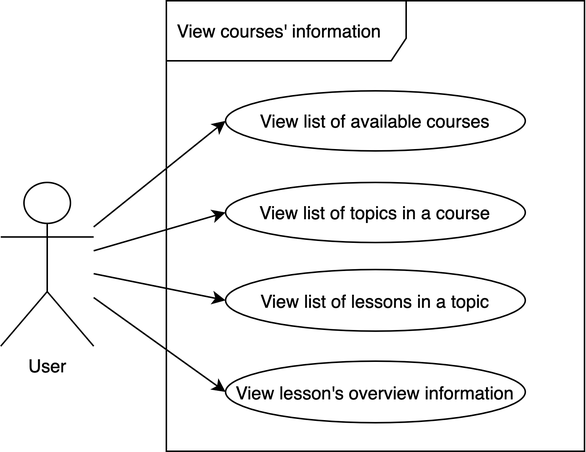
This is diagram-Usecase: View courses' information.png from linhabc/Learning_viet, a draw.io export, as it was before one commit. Source tidied: cells renumbered, new cells last; positions are measured from the earlier drawing's top-left corner, leaving out a move shared by most shapes. The source it was exported from:
```xml
<mxGraphModel>
  <root>
    <mxCell id="0" />
    <mxCell id="1" parent="0" />
    <mxCell id="2" value="View courses' information" style="shape=umlFrame;whiteSpace=wrap;html=1;width=160;height=40;boundedLbl=1;verticalAlign=middle;align=left;spacingLeft=5;" parent="1" vertex="1">
      <mxGeometry x="110.5" width="279" height="300" as="geometry" />
    </mxCell>
    <mxCell id="3" style="edgeStyle=none;rounded=0;sketch=0;jettySize=auto;html=1;entryX=0;entryY=0.5;entryDx=0;entryDy=0;shadow=0;endArrow=classic;endFill=1;" parent="1" edge="1" source="6" target="7">
      <mxGeometry relative="1" as="geometry" />
    </mxCell>
    <mxCell id="4" style="edgeStyle=none;rounded=0;sketch=0;jettySize=auto;html=1;entryX=0;entryY=0.5;entryDx=0;entryDy=0;shadow=0;endArrow=classic;endFill=1;" parent="1" edge="1" source="6" target="8">
      <mxGeometry relative="1" as="geometry" />
    </mxCell>
    <mxCell id="5" style="edgeStyle=none;rounded=0;sketch=0;jettySize=auto;html=1;entryX=0;entryY=0.5;entryDx=0;entryDy=0;shadow=0;endArrow=classic;endFill=1;" parent="1" edge="1" source="6" target="9">
      <mxGeometry relative="1" as="geometry" />
    </mxCell>
    <mxCell id="6" value="User" style="shape=umlActor;verticalLabelPosition=bottom;verticalAlign=top;html=1;" parent="1" vertex="1">
      <mxGeometry y="121" width="62" height="109" as="geometry" />
    </mxCell>
    <mxCell id="7" value="View list of available courses" style="ellipse;whiteSpace=wrap;html=1;" parent="1" vertex="1">
      <mxGeometry x="150" y="60" width="200" height="40" as="geometry" />
    </mxCell>
    <mxCell id="8" value="View list of topics in a course" style="ellipse;whiteSpace=wrap;html=1;" parent="1" vertex="1">
      <mxGeometry x="150" y="121" width="200" height="40" as="geometry" />
    </mxCell>
    <mxCell id="9" value="View list of lessons in a topic" style="ellipse;whiteSpace=wrap;html=1;" parent="1" vertex="1">
      <mxGeometry x="150" y="179" width="200" height="41" as="geometry" />
    </mxCell>
    <mxCell id="10" style="edgeStyle=none;rounded=0;sketch=0;jettySize=auto;html=1;entryX=0;entryY=0.5;entryDx=0;entryDy=0;shadow=0;endArrow=classic;endFill=1;" parent="1" edge="1" source="6" target="11">
      <mxGeometry relative="1" as="geometry" />
    </mxCell>
    <mxCell id="11" value="View lesson's overview information" style="ellipse;whiteSpace=wrap;html=1;" parent="1" vertex="1">
      <mxGeometry x="150" y="240" width="200" height="41" as="geometry" />
    </mxCell>
  </root>
</mxGraphModel>
```
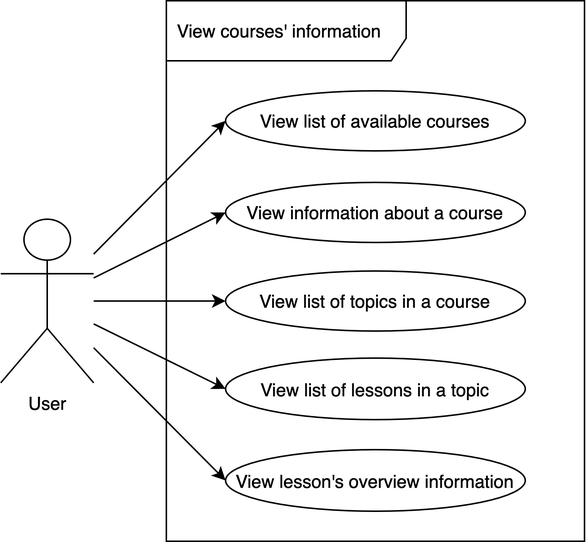
Later version of the same file.

What changed in the source:
```diff
@@ -3,7 +3,7 @@
     <mxCell id="0" />
     <mxCell id="1" parent="0" />
     <mxCell id="2" value="View courses' information" style="shape=umlFrame;whiteSpace=wrap;html=1;width=160;height=40;boundedLbl=1;verticalAlign=middle;align=left;spacingLeft=5;" parent="1" vertex="1">
-      <mxGeometry x="110.5" width="279" height="300" as="geometry" />
+      <mxGeometry x="110.5" width="279" height="360" as="geometry" />
     </mxCell>
     <mxCell id="3" style="edgeStyle=none;rounded=0;sketch=0;jettySize=auto;html=1;entryX=0;entryY=0.5;entryDx=0;entryDy=0;shadow=0;endArrow=classic;endFill=1;" parent="1" edge="1" source="6" target="7">
       <mxGeometry relative="1" as="geometry" />
@@ -15,22 +15,28 @@
       <mxGeometry relative="1" as="geometry" />
     </mxCell>
     <mxCell id="6" value="User" style="shape=umlActor;verticalLabelPosition=bottom;verticalAlign=top;html=1;" parent="1" vertex="1">
-      <mxGeometry y="121" width="62" height="109" as="geometry" />
+      <mxGeometry y="145.5" width="62" height="109" as="geometry" />
     </mxCell>
     <mxCell id="7" value="View list of available courses" style="ellipse;whiteSpace=wrap;html=1;" parent="1" vertex="1">
       <mxGeometry x="150" y="60" width="200" height="40" as="geometry" />
     </mxCell>
     <mxCell id="8" value="View list of topics in a course" style="ellipse;whiteSpace=wrap;html=1;" parent="1" vertex="1">
-      <mxGeometry x="150" y="121" width="200" height="40" as="geometry" />
+      <mxGeometry x="150" y="180" width="200" height="40" as="geometry" />
     </mxCell>
     <mxCell id="9" value="View list of lessons in a topic" style="ellipse;whiteSpace=wrap;html=1;" parent="1" vertex="1">
-      <mxGeometry x="150" y="179" width="200" height="41" as="geometry" />
+      <mxGeometry x="150" y="238" width="200" height="41" as="geometry" />
     </mxCell>
     <mxCell id="10" style="edgeStyle=none;rounded=0;sketch=0;jettySize=auto;html=1;entryX=0;entryY=0.5;entryDx=0;entryDy=0;shadow=0;endArrow=classic;endFill=1;" parent="1" edge="1" source="6" target="11">
       <mxGeometry relative="1" as="geometry" />
     </mxCell>
     <mxCell id="11" value="View lesson's overview information" style="ellipse;whiteSpace=wrap;html=1;" parent="1" vertex="1">
-      <mxGeometry x="150" y="240" width="200" height="41" as="geometry" />
+      <mxGeometry x="150" y="299" width="200" height="41" as="geometry" />
     </mxCell>
+    <mxCell id="12" style="edgeStyle=none;rounded=0;sketch=0;jettySize=auto;html=1;entryX=0;entryY=0.5;entryDx=0;entryDy=0;shadow=0;endArrow=classic;endFill=1;" parent="1" edge="1" source="6" target="13">
+      <mxGeometry relative="1" as="geometry" />
+    </mxCell>
+    <mxCell id="13" value="View information about a course" style="ellipse;whiteSpace=wrap;html=1;" parent="1" vertex="1">
+      <mxGeometry x="150" y="121" width="200" height="40" as="geometry" />
+    </mxCell>
   </root>
 </mxGraphModel>
```
